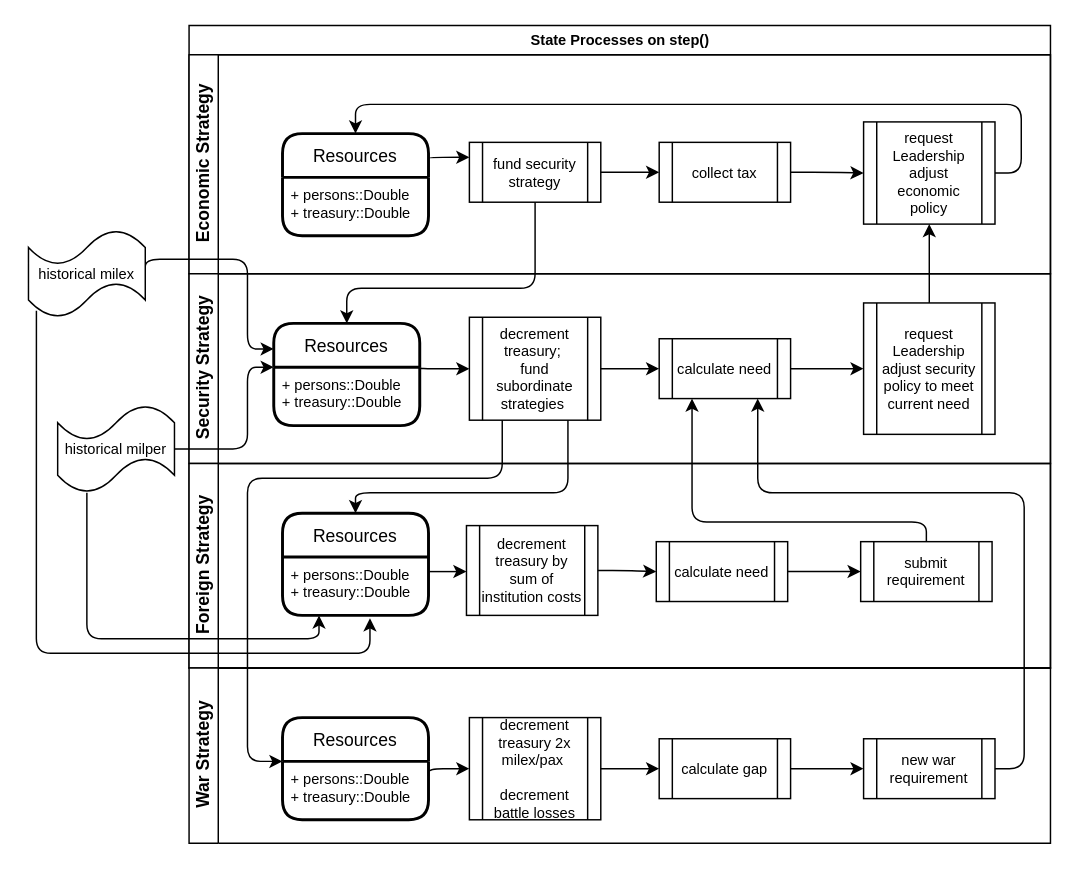
Above: documentation/OverallProcess.drawio in usuallycwdillon/george (draw.io), before the change. Source tidied: cells renumbered, new cells numbered last; positions are measured from the earlier drawing's top-left corner, leaving out a move shared by most shapes. Both pictures are drawn from the tidied source at 146%, with x=0, y=0 at pixel (28, 25).
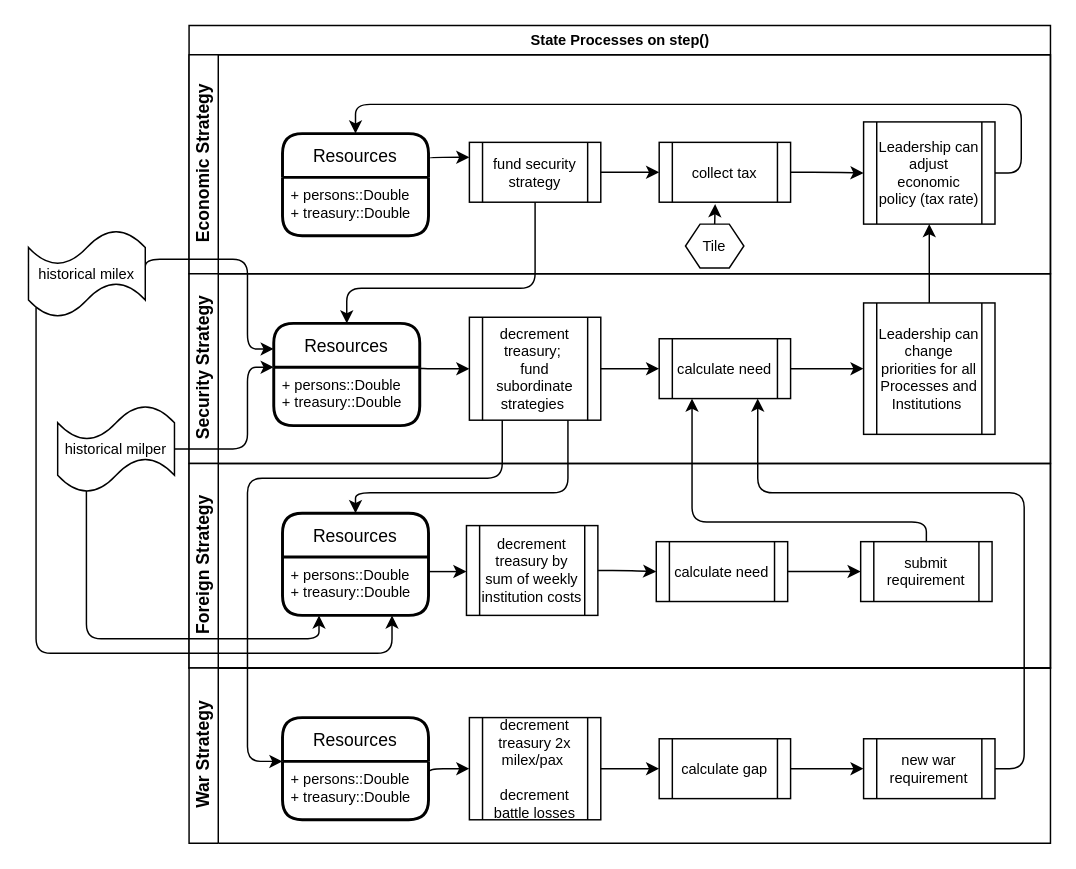
The same page after the edit.

Unchanged cells that the change refers to:
```xml
<mxCell id="3" value="Economic Strategy" style="swimlane;html=1;startSize=20;horizontal=0;" parent="2" vertex="1">
  <mxGeometry y="20" width="590" height="150" as="geometry" />
</mxCell>
<mxCell id="8" value="collect tax" style="shape=process;whiteSpace=wrap;html=1;backgroundOutline=1;rounded=0;sketch=0;fontSize=10;" parent="3" vertex="1">
  <mxGeometry x="322" y="60" width="90" height="41" as="geometry" />
</mxCell>
<mxCell id="13" value="Security Strategy" style="swimlane;html=1;startSize=20;horizontal=0;" parent="2" vertex="1">
  <mxGeometry y="170" width="590" height="130" as="geometry" />
</mxCell>
<mxCell id="22" value="Foreign Strategy" style="swimlane;html=1;startSize=20;horizontal=0;" parent="2" vertex="1">
  <mxGeometry y="300" width="590" height="140" as="geometry" />
</mxCell>
<mxCell id="24" value="+ persons::Double&#10;+ treasury::Double" style="align=left;strokeColor=none;fillColor=none;spacingLeft=4;fontSize=10;verticalAlign=top;" parent="23" vertex="1">
  <mxGeometry y="30" width="100" height="40" as="geometry" />
</mxCell>
<mxCell id="48" value="historical milex" style="shape=tape;whiteSpace=wrap;html=1;rounded=0;sketch=0;fontSize=10;" parent="1" vertex="1">
  <mxGeometry y="140" width="80" height="60" as="geometry" />
</mxCell>
<mxCell id="51" value="historical milper" style="shape=tape;whiteSpace=wrap;html=1;rounded=0;sketch=0;fontSize=10;" parent="1" vertex="1">
  <mxGeometry x="20" y="260" width="80" height="60" as="geometry" />
</mxCell>
```

Change to the diagram source:
```diff
@@
-    <mxCell id="11" value="request Leadership adjust economic policy" style="shape=process;whiteSpace=wrap;html=1;backgroundOutline=1;rounded=0;sketch=0;fontSize=10;" parent="3" vertex="1">
+    <mxCell id="11" value="Leadership can adjust economic policy (tax rate)" style="shape=process;whiteSpace=wrap;html=1;backgroundOutline=1;rounded=0;sketch=0;fontSize=10;" parent="3" vertex="1">
       <mxGeometry x="462" y="46" width="90" height="70" as="geometry" />
     </mxCell>
@@
+    <mxCell id="52" style="edgeStyle=orthogonalEdgeStyle;curved=0;rounded=1;sketch=0;jettySize=auto;html=1;exitX=0.5;exitY=0;exitDx=0;exitDy=0;entryX=0.426;entryY=1.031;entryDx=0;entryDy=0;entryPerimeter=0;fontSize=10;" parent="3" edge="1" source="53" target="8">
+      <mxGeometry relative="1" as="geometry" />
+    </mxCell>
+    <mxCell id="53" value="Tile" style="shape=hexagon;perimeter=hexagonPerimeter2;whiteSpace=wrap;html=1;fixedSize=1;rounded=0;sketch=0;fontSize=10;size=10;" parent="3" vertex="1">
+      <mxGeometry x="340" y="116" width="40" height="30" as="geometry" />
+    </mxCell>
@@
-    <mxCell id="20" value="request Leadership adjust security policy to meet current need" style="shape=process;whiteSpace=wrap;html=1;backgroundOutline=1;rounded=0;sketch=0;fontSize=10;" parent="13" vertex="1">
+    <mxCell id="20" value="Leadership can change priorities for all Processes and Institutions&amp;nbsp;" style="shape=process;whiteSpace=wrap;html=1;backgroundOutline=1;rounded=0;sketch=0;fontSize=10;" parent="13" vertex="1">
       <mxGeometry x="462" y="20" width="90" height="90" as="geometry" />
     </mxCell>
@@
-    <mxCell id="34" value="decrement treasury by sum of institution costs" style="shape=process;whiteSpace=wrap;html=1;backgroundOutline=1;rounded=0;sketch=0;fontSize=10;" parent="22" vertex="1">
+    <mxCell id="34" value="decrement treasury by sum of weekly institution costs" style="shape=process;whiteSpace=wrap;html=1;backgroundOutline=1;rounded=0;sketch=0;fontSize=10;" parent="22" vertex="1">
       <mxGeometry x="190" y="42.5" width="90" height="61.5" as="geometry" />
     </mxCell>
@@
-    <mxCell id="47" style="edgeStyle=orthogonalEdgeStyle;curved=0;rounded=1;sketch=0;jettySize=auto;html=1;exitX=0.068;exitY=0.923;exitDx=0;exitDy=0;exitPerimeter=0;entryX=0.599;entryY=1.05;entryDx=0;entryDy=0;fontSize=10;entryPerimeter=0;" parent="1" edge="1" source="48" target="24">
+    <mxCell id="47" style="edgeStyle=orthogonalEdgeStyle;curved=0;rounded=1;sketch=0;jettySize=auto;html=1;exitX=0.065;exitY=0.884;exitDx=0;exitDy=0;exitPerimeter=0;fontSize=10;entryX=0.75;entryY=1;entryDx=0;entryDy=0;" parent="1" edge="1" source="48" target="24">
       <mxGeometry relative="1" as="geometry">
         <Array as="points">
           <mxPoint x="5" y="430" />
-          <mxPoint x="234" y="430" />
+          <mxPoint x="249" y="430" />
         </Array>
       </mxGeometry>
     </mxCell>
@@
-    <mxCell id="50" style="edgeStyle=orthogonalEdgeStyle;curved=0;rounded=1;sketch=0;jettySize=auto;html=1;exitX=0.25;exitY=1;exitDx=0;exitDy=0;exitPerimeter=0;entryX=0.25;entryY=1;entryDx=0;entryDy=0;fontSize=10;" parent="1" edge="1" source="51" target="24">
+    <mxCell id="50" style="edgeStyle=orthogonalEdgeStyle;curved=0;rounded=1;sketch=0;jettySize=auto;html=1;exitX=0.246;exitY=0.967;exitDx=0;exitDy=0;exitPerimeter=0;entryX=0.25;entryY=1;entryDx=0;entryDy=0;fontSize=10;" parent="1" edge="1" source="51" target="24">
       <mxGeometry relative="1" as="geometry">
         <Array as="points">
           <mxPoint x="40" y="420" />
           <mxPoint x="199" y="420" />
         </Array>
       </mxGeometry>
     </mxCell>
```
